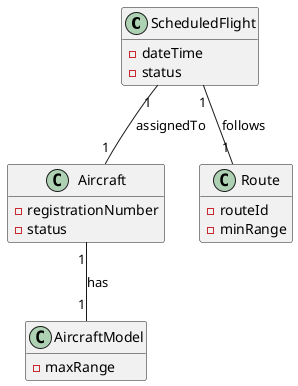
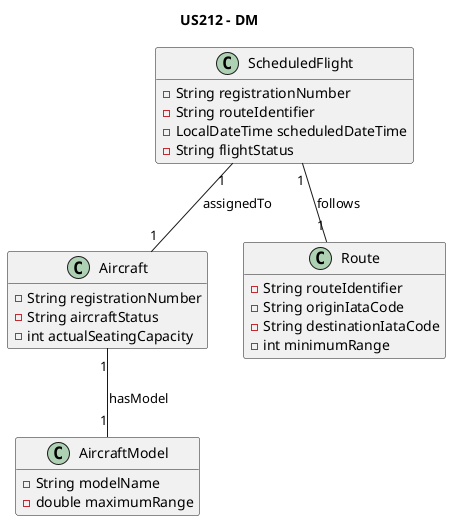
@startuml
+ title US212 - DM
hide methods
+ 
class ScheduledFlight {
-     - dateTime
-     - status
+     - String registrationNumber
+     - String routeIdentifier
+     - LocalDateTime scheduledDateTime
+     - String flightStatus
}
+ 
class Aircraft {
-     - registrationNumber
-     - status
+     - String registrationNumber
+     - String aircraftStatus
+     - int actualSeatingCapacity
}
+ 
class Route {
-     - routeId
-     - minRange
+     - String routeIdentifier
+     - String originIataCode
+     - String destinationIataCode
+     - int minimumRange
}
+ 
class AircraftModel {
-     - maxRange
+     - String modelName
+     - double maximumRange
}

ScheduledFlight "1" -- "1" Aircraft : assignedTo
ScheduledFlight "1" -- "1" Route : follows
- Aircraft "1" -- "1" AircraftModel : has
+ Aircraft "1" -- "1" AircraftModel : hasModel
@enduml